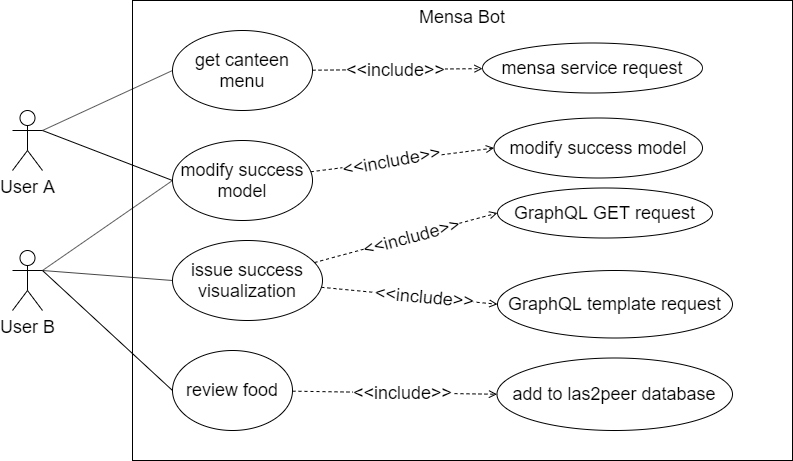
Earlier version of the draw.io export figures/concept/usecase.png (lakhoune/bachelor-thesis). Source tidied: cells renumbered, new cells last; positions are measured from the earlier drawing's top-left corner, leaving out a move shared by most shapes. The source it was exported from:
```xml
<mxGraphModel>
  <root>
    <mxCell id="0" />
    <mxCell id="1" parent="0" />
    <mxCell id="2" value="Mensa Bot" style="rounded=0;whiteSpace=wrap;html=1;verticalAlign=top;fontSize=18;" parent="1" vertex="1">
      <mxGeometry x="120" width="660" height="460" as="geometry" />
    </mxCell>
    <mxCell id="3" style="edgeStyle=none;rounded=0;jettySize=auto;html=1;exitX=1;exitY=0.3333333333333333;exitDx=0;exitDy=0;exitPerimeter=0;entryX=0;entryY=0.5;entryDx=0;entryDy=0;endArrow=none;endFill=0;fontSize=18;" parent="1" edge="1" source="4" target="11">
      <mxGeometry relative="1" as="geometry" />
    </mxCell>
    <mxCell id="4" value="User A" style="shape=umlActor;verticalLabelPosition=bottom;labelBackgroundColor=#ffffff;verticalAlign=top;html=1;outlineConnect=0;fontSize=18;" parent="1" vertex="1">
      <mxGeometry y="110" width="30" height="60" as="geometry" />
    </mxCell>
    <mxCell id="5" style="rounded=0;jettySize=auto;html=1;exitX=1;exitY=0.3333333333333333;exitDx=0;exitDy=0;exitPerimeter=0;entryX=0;entryY=0.5;entryDx=0;entryDy=0;endArrow=none;endFill=0;fontSize=18;" parent="1" edge="1" source="8" target="27">
      <mxGeometry relative="1" as="geometry" />
    </mxCell>
    <mxCell id="6" style="edgeStyle=none;rounded=0;jettySize=auto;html=1;exitX=1;exitY=0.3333333333333333;exitDx=0;exitDy=0;exitPerimeter=0;endArrow=none;endFill=0;entryX=0;entryY=0.5;entryDx=0;entryDy=0;fontSize=18;" parent="1" edge="1" source="8" target="17">
      <mxGeometry relative="1" as="geometry" />
    </mxCell>
    <mxCell id="7" style="edgeStyle=none;rounded=0;jettySize=auto;html=1;exitX=1;exitY=0.3333333333333333;exitDx=0;exitDy=0;exitPerimeter=0;entryX=0;entryY=0.5;entryDx=0;entryDy=0;startFill=0;endArrow=none;endFill=0;strokeWidth=1;fontSize=18;" parent="1" edge="1" source="8" target="11">
      <mxGeometry relative="1" as="geometry" />
    </mxCell>
    <mxCell id="8" value="User B" style="shape=umlActor;verticalLabelPosition=bottom;labelBackgroundColor=#ffffff;verticalAlign=top;html=1;outlineConnect=0;fontSize=18;" parent="1" vertex="1">
      <mxGeometry y="250" width="30" height="60" as="geometry" />
    </mxCell>
    <mxCell id="9" style="edgeStyle=none;rounded=0;jettySize=auto;html=1;dashed=1;startFill=0;endArrow=open;endFill=0;strokeWidth=1;entryX=0;entryY=0.5;entryDx=0;entryDy=0;fontSize=18;" parent="1" edge="1" source="11" target="12">
      <mxGeometry relative="1" as="geometry" />
    </mxCell>
    <mxCell id="10" value="&amp;lt;&amp;lt;include&amp;gt;&amp;gt;" style="text;html=1;align=center;verticalAlign=middle;labelBackgroundColor=#ffffff;rotation=-10;fontSize=18;" parent="9" vertex="1">
      <mxGeometry x="-0.24" y="2" relative="1" as="geometry">
        <mxPoint x="11" as="offset" />
      </mxGeometry>
    </mxCell>
    <mxCell id="11" value="modify success model" style="ellipse;whiteSpace=wrap;html=1;fontSize=18;" parent="1" vertex="1">
      <mxGeometry x="160" y="140" width="140" height="80" as="geometry" />
    </mxCell>
    <mxCell id="12" value="modify success model" style="ellipse;whiteSpace=wrap;html=1;fontSize=18;" parent="1" vertex="1">
      <mxGeometry x="481.5" y="117.5" width="208.5" height="60" as="geometry" />
    </mxCell>
    <mxCell id="13" style="edgeStyle=none;rounded=0;jettySize=auto;html=1;dashed=1;startFill=0;endArrow=open;endFill=0;strokeWidth=1;entryX=0;entryY=0.5;entryDx=0;entryDy=0;fontSize=18;" parent="1" edge="1" source="17" target="19">
      <mxGeometry relative="1" as="geometry" />
    </mxCell>
    <mxCell id="14" value="&amp;lt;&amp;lt;include&amp;gt;&amp;gt;" style="text;html=1;align=center;verticalAlign=middle;labelBackgroundColor=#ffffff;rotation=-15;fontSize=18;" parent="13" vertex="1">
      <mxGeometry x="0.31" y="1" relative="1" as="geometry">
        <mxPoint x="-24.3" y="7.8" as="offset" />
      </mxGeometry>
    </mxCell>
    <mxCell id="15" style="edgeStyle=none;rounded=0;jettySize=auto;html=1;dashed=1;startFill=0;endArrow=open;endFill=0;strokeWidth=1;entryX=0;entryY=0.5;entryDx=0;entryDy=0;fontSize=18;" parent="1" edge="1" source="17" target="18">
      <mxGeometry relative="1" as="geometry" />
    </mxCell>
    <mxCell id="16" value="&amp;lt;&amp;lt;include&amp;gt;&amp;gt;" style="text;html=1;align=center;verticalAlign=middle;labelBackgroundColor=#ffffff;rotation=5;fontSize=18;" parent="15" vertex="1">
      <mxGeometry x="-0.47" y="-3" relative="1" as="geometry">
        <mxPoint x="56" y="1.7" as="offset" />
      </mxGeometry>
    </mxCell>
    <mxCell id="17" value="issue success visualization" style="ellipse;whiteSpace=wrap;html=1;fontSize=18;" parent="1" vertex="1">
      <mxGeometry x="160" y="240" width="150" height="80" as="geometry" />
    </mxCell>
    <mxCell id="18" value="GraphQL template request" style="ellipse;whiteSpace=wrap;html=1;fontSize=18;" parent="1" vertex="1">
      <mxGeometry x="485" y="270" width="235" height="67.5" as="geometry" />
    </mxCell>
    <mxCell id="19" value="GraphQL GET request" style="ellipse;whiteSpace=wrap;html=1;fontSize=18;" parent="1" vertex="1">
      <mxGeometry x="485" y="187.5" width="215" height="50" as="geometry" />
    </mxCell>
    <mxCell id="20" style="edgeStyle=none;rounded=0;jettySize=auto;html=1;exitX=0;exitY=0.5;exitDx=0;exitDy=0;endArrow=none;endFill=0;entryX=1;entryY=0.3333333333333333;entryDx=0;entryDy=0;entryPerimeter=0;fontSize=18;" parent="1" edge="1" source="23" target="4">
      <mxGeometry relative="1" as="geometry" />
    </mxCell>
    <mxCell id="21" style="edgeStyle=none;rounded=0;jettySize=auto;html=1;dashed=1;startFill=0;endArrow=open;endFill=0;strokeWidth=1;fontSize=18;" parent="1" edge="1" source="23" target="24">
      <mxGeometry relative="1" as="geometry" />
    </mxCell>
    <mxCell id="22" value="&amp;lt;&amp;lt;include&amp;gt;&amp;gt;" style="text;html=1;align=center;verticalAlign=middle;labelBackgroundColor=#ffffff;fontSize=18;" parent="21" vertex="1">
      <mxGeometry x="-0.3" relative="1" as="geometry">
        <mxPoint x="24" y="0.8" as="offset" />
      </mxGeometry>
    </mxCell>
    <mxCell id="23" value="get canteen menu" style="ellipse;whiteSpace=wrap;html=1;fontSize=18;" parent="1" vertex="1">
      <mxGeometry x="160" y="30" width="140" height="80" as="geometry" />
    </mxCell>
    <mxCell id="24" value="mensa service request" style="ellipse;whiteSpace=wrap;html=1;fontSize=18;" parent="1" vertex="1">
      <mxGeometry x="470" y="42.5" width="220" height="50" as="geometry" />
    </mxCell>
    <mxCell id="25" style="edgeStyle=none;rounded=0;jettySize=auto;html=1;endArrow=open;endFill=0;startArrow=none;startFill=0;dashed=1;strokeWidth=1;entryX=0;entryY=0.5;entryDx=0;entryDy=0;fontSize=18;" parent="1" edge="1" source="27" target="28">
      <mxGeometry relative="1" as="geometry" />
    </mxCell>
    <mxCell id="26" value="&amp;lt;&amp;lt;include&amp;gt;&amp;gt;" style="text;html=1;align=center;verticalAlign=middle;labelBackgroundColor=#ffffff;rotation=0;fontSize=18;" parent="25" vertex="1">
      <mxGeometry x="0.27" y="1" relative="1" as="geometry">
        <mxPoint x="-19.7" y="1" as="offset" />
      </mxGeometry>
    </mxCell>
    <mxCell id="27" value="review food" style="ellipse;whiteSpace=wrap;html=1;fontSize=18;" parent="1" vertex="1">
      <mxGeometry x="160" y="350" width="120" height="80" as="geometry" />
    </mxCell>
    <mxCell id="28" value="add to las2peer database" style="ellipse;whiteSpace=wrap;html=1;fontSize=18;" parent="1" vertex="1">
      <mxGeometry x="484.5" y="357.5" width="235.5" height="72.5" as="geometry" />
    </mxCell>
  </root>
</mxGraphModel>
```
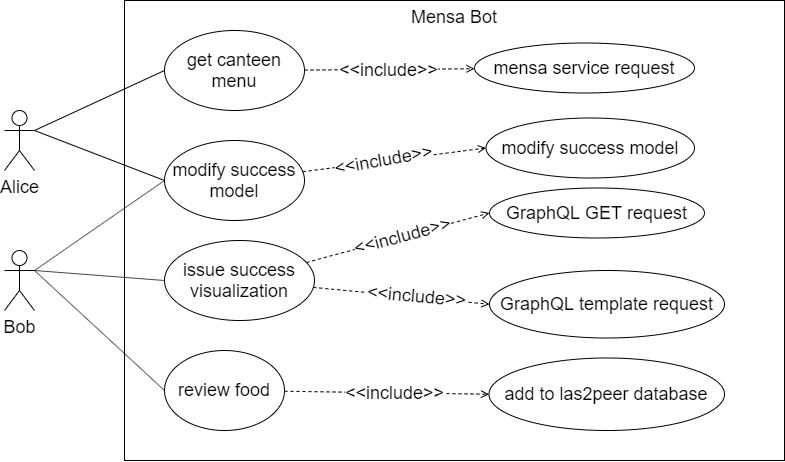
After the change.

Change to the diagram source:
```diff
@@ -8,7 +8,7 @@
     <mxCell id="3" style="edgeStyle=none;rounded=0;jettySize=auto;html=1;exitX=1;exitY=0.3333333333333333;exitDx=0;exitDy=0;exitPerimeter=0;entryX=0;entryY=0.5;entryDx=0;entryDy=0;endArrow=none;endFill=0;fontSize=18;" parent="1" edge="1" source="4" target="11">
       <mxGeometry relative="1" as="geometry" />
     </mxCell>
-    <mxCell id="4" value="User A" style="shape=umlActor;verticalLabelPosition=bottom;labelBackgroundColor=#ffffff;verticalAlign=top;html=1;outlineConnect=0;fontSize=18;" parent="1" vertex="1">
+    <mxCell id="4" value="Alice" style="shape=umlActor;verticalLabelPosition=bottom;labelBackgroundColor=#ffffff;verticalAlign=top;html=1;outlineConnect=0;fontSize=18;" parent="1" vertex="1">
       <mxGeometry y="110" width="30" height="60" as="geometry" />
     </mxCell>
     <mxCell id="5" style="rounded=0;jettySize=auto;html=1;exitX=1;exitY=0.3333333333333333;exitDx=0;exitDy=0;exitPerimeter=0;entryX=0;entryY=0.5;entryDx=0;entryDy=0;endArrow=none;endFill=0;fontSize=18;" parent="1" edge="1" source="8" target="27">
@@ -20,7 +20,7 @@
     <mxCell id="7" style="edgeStyle=none;rounded=0;jettySize=auto;html=1;exitX=1;exitY=0.3333333333333333;exitDx=0;exitDy=0;exitPerimeter=0;entryX=0;entryY=0.5;entryDx=0;entryDy=0;startFill=0;endArrow=none;endFill=0;strokeWidth=1;fontSize=18;" parent="1" edge="1" source="8" target="11">
       <mxGeometry relative="1" as="geometry" />
     </mxCell>
-    <mxCell id="8" value="User B" style="shape=umlActor;verticalLabelPosition=bottom;labelBackgroundColor=#ffffff;verticalAlign=top;html=1;outlineConnect=0;fontSize=18;" parent="1" vertex="1">
+    <mxCell id="8" value="Bob" style="shape=umlActor;verticalLabelPosition=bottom;labelBackgroundColor=#ffffff;verticalAlign=top;html=1;outlineConnect=0;fontSize=18;" parent="1" vertex="1">
       <mxGeometry y="250" width="30" height="60" as="geometry" />
     </mxCell>
     <mxCell id="9" style="edgeStyle=none;rounded=0;jettySize=auto;html=1;dashed=1;startFill=0;endArrow=open;endFill=0;strokeWidth=1;entryX=0;entryY=0.5;entryDx=0;entryDy=0;fontSize=18;" parent="1" edge="1" source="11" target="12">
```
